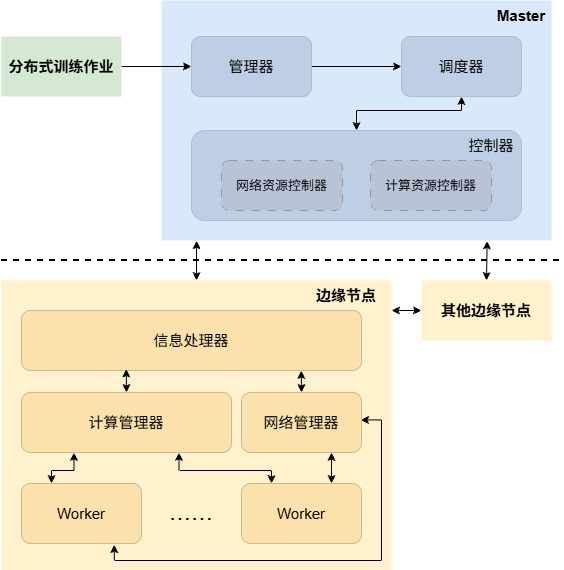
Earlier version of the draw.io export Fig/ces-cn_system_framework.png (QianGuoZi/MyThesis). Source tidied: cells renumbered, new cells last; positions are measured from the earlier drawing's top-left corner, leaving out a move shared by most shapes. Its diagram source:
```xml
<mxGraphModel>
  <root>
    <mxCell id="0" />
    <mxCell id="1" parent="0" />
    <mxCell id="2" style="rounded=0;whiteSpace=wrap;html=1;fillColor=#dae8fc;strokeColor=none;fontSize=16;" parent="1" vertex="1">
      <mxGeometry x="160" width="390" height="240" as="geometry" />
    </mxCell>
    <mxCell id="3" style="edgeStyle=orthogonalEdgeStyle;rounded=0;jettySize=auto;html=1;fontSize=16;" parent="1" edge="1" source="4" target="6">
      <mxGeometry relative="1" as="geometry" />
    </mxCell>
    <mxCell id="4" value="分布式训练作业" style="rounded=0;whiteSpace=wrap;html=1;fillColor=#d5e8d4;strokeColor=none;fontSize=15;fontStyle=1;" parent="1" vertex="1">
      <mxGeometry y="36" width="120" height="60" as="geometry" />
    </mxCell>
    <mxCell id="5" style="edgeStyle=orthogonalEdgeStyle;rounded=0;jettySize=auto;html=1;fontSize=16;entryX=0;entryY=0.5;entryDx=0;entryDy=0;" parent="1" edge="1" source="6" target="10">
      <mxGeometry relative="1" as="geometry" />
    </mxCell>
    <mxCell id="6" value="管理器" style="whiteSpace=wrap;html=1;rounded=1;fillColor=#BECEE4;strokeColor=light-dark(#b0bdcf, #54a9ce);fontSize=15;" parent="1" vertex="1">
      <mxGeometry x="190" y="36" width="120" height="60" as="geometry" />
    </mxCell>
    <mxCell id="7" value="Master" style="text;html=1;align=center;verticalAlign=middle;whiteSpace=wrap;rounded=0;fontSize=15;fontStyle=1;" parent="1" vertex="1">
      <mxGeometry x="490" width="60" height="30" as="geometry" />
    </mxCell>
    <mxCell id="8" style="edgeStyle=orthogonalEdgeStyle;rounded=0;jettySize=auto;html=1;startArrow=classic;startFill=1;fontSize=16;exitX=0.5;exitY=0;exitDx=0;exitDy=0;" parent="1" edge="1" source="9" target="10">
      <mxGeometry relative="1" as="geometry" />
    </mxCell>
    <mxCell id="9" style="whiteSpace=wrap;html=1;rounded=1;fillColor=#BECEE4;strokeColor=#B0BDCF;fontSize=15;" parent="1" vertex="1">
      <mxGeometry x="190" y="130" width="330" height="90" as="geometry" />
    </mxCell>
    <mxCell id="10" value="调度器" style="whiteSpace=wrap;html=1;rounded=1;fillColor=#BECEE4;strokeColor=#B0BDCF;fontSize=15;" parent="1" vertex="1">
      <mxGeometry x="400" y="36" width="120" height="60" as="geometry" />
    </mxCell>
    <mxCell id="11" style="rounded=0;whiteSpace=wrap;html=1;fillColor=#fff2cc;strokeColor=none;fontSize=16;" parent="1" vertex="1">
      <mxGeometry y="280" width="390" height="290" as="geometry" />
    </mxCell>
    <mxCell id="12" value="边缘节点" style="text;html=1;align=center;verticalAlign=middle;whiteSpace=wrap;rounded=0;fontSize=15;fontStyle=1;" parent="1" vertex="1">
      <mxGeometry x="300" y="280" width="90" height="30" as="geometry" />
    </mxCell>
    <mxCell id="13" style="rounded=0;jettySize=auto;html=1;startArrow=classic;startFill=1;fontSize=16;entryX=0.25;entryY=0;entryDx=0;entryDy=0;exitX=0.25;exitY=1;exitDx=0;exitDy=0;edgeStyle=orthogonalEdgeStyle;" parent="1" edge="1" source="30" target="15">
      <mxGeometry relative="1" as="geometry">
        <Array as="points">
          <mxPoint x="73" y="470" />
          <mxPoint x="50" y="470" />
        </Array>
      </mxGeometry>
    </mxCell>
    <mxCell id="14" value="信息处理器" style="whiteSpace=wrap;html=1;rounded=1;fillColor=#FBE1AC;strokeColor=light-dark(#CEB98E,#402900);fontSize=15;" parent="1" vertex="1">
      <mxGeometry x="20" y="310" width="340" height="60" as="geometry" />
    </mxCell>
    <mxCell id="15" value="Worker" style="whiteSpace=wrap;html=1;rounded=1;fillColor=#FBE1AC;strokeColor=#CEB98E;fontSize=15;" parent="1" vertex="1">
      <mxGeometry x="20" y="483" width="120" height="60" as="geometry" />
    </mxCell>
    <mxCell id="16" value="Worker" style="whiteSpace=wrap;html=1;rounded=1;fillColor=#FBE1AC;strokeColor=#CEB98E;fontSize=15;" parent="1" vertex="1">
      <mxGeometry x="240" y="483" width="120" height="60" as="geometry" />
    </mxCell>
    <mxCell id="17" value="……" style="text;html=1;align=center;verticalAlign=middle;whiteSpace=wrap;rounded=0;fontSize=22;" parent="1" vertex="1">
      <mxGeometry x="160" y="498" width="60" height="30" as="geometry" />
    </mxCell>
    <mxCell id="18" value="其他边缘节点" style="rounded=0;whiteSpace=wrap;html=1;fillColor=#fff2cc;strokeColor=none;fontSize=15;fontStyle=1;" parent="1" vertex="1">
      <mxGeometry x="420" y="280" width="130" height="60" as="geometry" />
    </mxCell>
    <mxCell id="19" style="endArrow=classic;startArrow=classic;html=1;rounded=0;exitX=0.5;exitY=0;exitDx=0;exitDy=0;entryX=0.09;entryY=1.001;entryDx=0;entryDy=0;entryPerimeter=0;fontSize=16;" parent="1" edge="1" source="11" target="2">
      <mxGeometry relative="1" as="geometry" />
    </mxCell>
    <mxCell id="20" style="endArrow=classic;startArrow=classic;html=1;rounded=0;exitX=0.5;exitY=0;exitDx=0;exitDy=0;entryX=0.835;entryY=1.002;entryDx=0;entryDy=0;entryPerimeter=0;fontSize=16;" parent="1" edge="1" source="18" target="2">
      <mxGeometry relative="1" as="geometry" />
    </mxCell>
    <mxCell id="21" style="endArrow=classic;startArrow=classic;html=1;rounded=0;entryX=0.75;entryY=1;entryDx=0;entryDy=0;fontSize=16;exitX=0.25;exitY=0;exitDx=0;exitDy=0;edgeStyle=orthogonalEdgeStyle;" parent="1" edge="1" source="16" target="30">
      <mxGeometry relative="1" as="geometry">
        <Array as="points">
          <mxPoint x="270" y="470" />
          <mxPoint x="178" y="470" />
        </Array>
      </mxGeometry>
    </mxCell>
    <mxCell id="22" style="endArrow=none;dashed=1;html=1;strokeWidth=2;rounded=0;" parent="1" edge="1">
      <mxGeometry relative="1" as="geometry">
        <mxPoint y="260" as="sourcePoint" />
        <mxPoint x="560" y="260" as="targetPoint" />
      </mxGeometry>
    </mxCell>
    <mxCell id="23" style="endArrow=classic;startArrow=classic;html=1;rounded=0;entryX=0;entryY=0.5;entryDx=0;entryDy=0;" parent="1" edge="1" target="18">
      <mxGeometry relative="1" as="geometry">
        <mxPoint x="390" y="310" as="sourcePoint" />
      </mxGeometry>
    </mxCell>
    <mxCell id="24" value="&lt;font&gt;网络资源控制器&lt;/font&gt;" style="whiteSpace=wrap;html=1;rounded=1;fillColor=#B8C4D6;strokeColor=#9097A2;fontSize=13;dashed=1;dashPattern=8 8;" parent="1" vertex="1">
      <mxGeometry x="220" y="160" width="121" height="50" as="geometry" />
    </mxCell>
    <mxCell id="25" value="&lt;font&gt;计算资源控制器&lt;/font&gt;" style="whiteSpace=wrap;html=1;rounded=1;fillColor=#B8C4D6;strokeColor=#9097A2;fontSize=13;dashed=1;dashPattern=8 8;" parent="1" vertex="1">
      <mxGeometry x="369" y="160" width="121" height="50" as="geometry" />
    </mxCell>
    <mxCell id="26" value="&lt;font&gt;控制器&lt;/font&gt;" style="text;html=1;align=center;verticalAlign=middle;whiteSpace=wrap;rounded=0;fontSize=15;" parent="1" vertex="1">
      <mxGeometry x="460" y="130" width="60" height="30" as="geometry" />
    </mxCell>
    <mxCell id="27" style="rounded=0;jettySize=auto;html=1;startArrow=classic;startFill=1;entryX=0.75;entryY=0;entryDx=0;entryDy=0;exitX=0.75;exitY=1;exitDx=0;exitDy=0;" parent="1" edge="1" source="29" target="16">
      <mxGeometry relative="1" as="geometry" />
    </mxCell>
    <mxCell id="28" style="rounded=0;jettySize=auto;html=1;entryX=0.773;entryY=1.02;entryDx=0;entryDy=0;exitX=0.993;exitY=0.457;exitDx=0;exitDy=0;startArrow=classic;startFill=1;exitPerimeter=0;entryPerimeter=0;edgeStyle=orthogonalEdgeStyle;" parent="1" edge="1" source="29" target="15">
      <mxGeometry relative="1" as="geometry">
        <Array as="points">
          <mxPoint x="380" y="419" />
          <mxPoint x="380" y="560" />
          <mxPoint x="113" y="560" />
        </Array>
      </mxGeometry>
    </mxCell>
    <mxCell id="29" value="网络管理器" style="whiteSpace=wrap;html=1;rounded=1;fillColor=#FBE1AC;strokeColor=#CEB98E;fontSize=15;" parent="1" vertex="1">
      <mxGeometry x="240" y="392" width="120" height="60" as="geometry" />
    </mxCell>
    <mxCell id="30" value="计算管理器" style="whiteSpace=wrap;html=1;rounded=1;fillColor=#FBE1AC;strokeColor=#CEB98E;fontSize=15;" parent="1" vertex="1">
      <mxGeometry x="20" y="392" width="210" height="60" as="geometry" />
    </mxCell>
    <mxCell id="31" style="endArrow=classic;startArrow=classic;html=1;rounded=0;entryX=0.308;entryY=0.975;entryDx=0;entryDy=0;exitX=0.5;exitY=0;exitDx=0;exitDy=0;entryPerimeter=0;" parent="1" edge="1" source="30" target="14">
      <mxGeometry relative="1" as="geometry" />
    </mxCell>
    <mxCell id="32" style="endArrow=classic;startArrow=classic;html=1;rounded=0;entryX=0.308;entryY=0.975;entryDx=0;entryDy=0;exitX=0.5;exitY=0;exitDx=0;exitDy=0;entryPerimeter=0;" parent="1" edge="1" source="29">
      <mxGeometry relative="1" as="geometry">
        <mxPoint x="299.8" y="370" as="targetPoint" />
      </mxGeometry>
    </mxCell>
  </root>
</mxGraphModel>
```
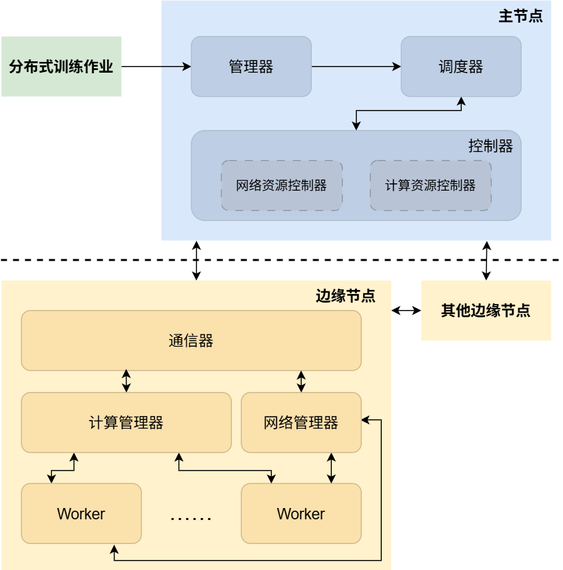
The same diagram one commit later.

Diff of the diagram source:
```diff
@@ -17,7 +17,7 @@
     <mxCell id="6" value="管理器" style="whiteSpace=wrap;html=1;rounded=1;fillColor=#BECEE4;strokeColor=light-dark(#b0bdcf, #54a9ce);fontSize=15;" parent="1" vertex="1">
       <mxGeometry x="190" y="36" width="120" height="60" as="geometry" />
     </mxCell>
-    <mxCell id="7" value="Master" style="text;html=1;align=center;verticalAlign=middle;whiteSpace=wrap;rounded=0;fontSize=15;fontStyle=1;" parent="1" vertex="1">
+    <mxCell id="7" value="主节点" style="text;html=1;align=center;verticalAlign=middle;whiteSpace=wrap;rounded=0;fontSize=15;fontStyle=1;" parent="1" vertex="1">
       <mxGeometry x="490" width="60" height="30" as="geometry" />
     </mxCell>
     <mxCell id="8" style="edgeStyle=orthogonalEdgeStyle;rounded=0;jettySize=auto;html=1;startArrow=classic;startFill=1;fontSize=16;exitX=0.5;exitY=0;exitDx=0;exitDy=0;" parent="1" edge="1" source="9" target="10">
@@ -43,7 +43,7 @@
         </Array>
       </mxGeometry>
     </mxCell>
-    <mxCell id="14" value="信息处理器" style="whiteSpace=wrap;html=1;rounded=1;fillColor=#FBE1AC;strokeColor=light-dark(#CEB98E,#402900);fontSize=15;" parent="1" vertex="1">
+    <mxCell id="14" value="通信器" style="whiteSpace=wrap;html=1;rounded=1;fillColor=#FBE1AC;strokeColor=light-dark(#CEB98E,#402900);fontSize=15;" parent="1" vertex="1">
       <mxGeometry x="20" y="310" width="340" height="60" as="geometry" />
     </mxCell>
     <mxCell id="15" value="Worker" style="whiteSpace=wrap;html=1;rounded=1;fillColor=#FBE1AC;strokeColor=#CEB98E;fontSize=15;" parent="1" vertex="1">
```
